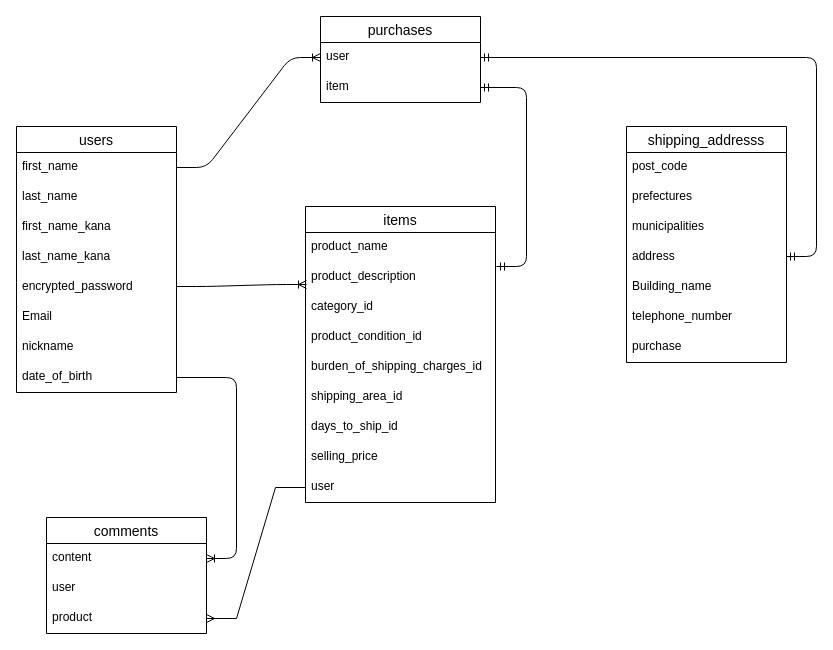
The draw.io diagram test.dio in pusann/furima-37365, before the edit. Source tidied: cells renumbered, new cells numbered last; positions are measured from the earlier drawing's top-left corner, leaving out a move shared by most shapes. Both pictures are drawn from the tidied source at 100%, with x=0, y=0 at pixel (16, 16).
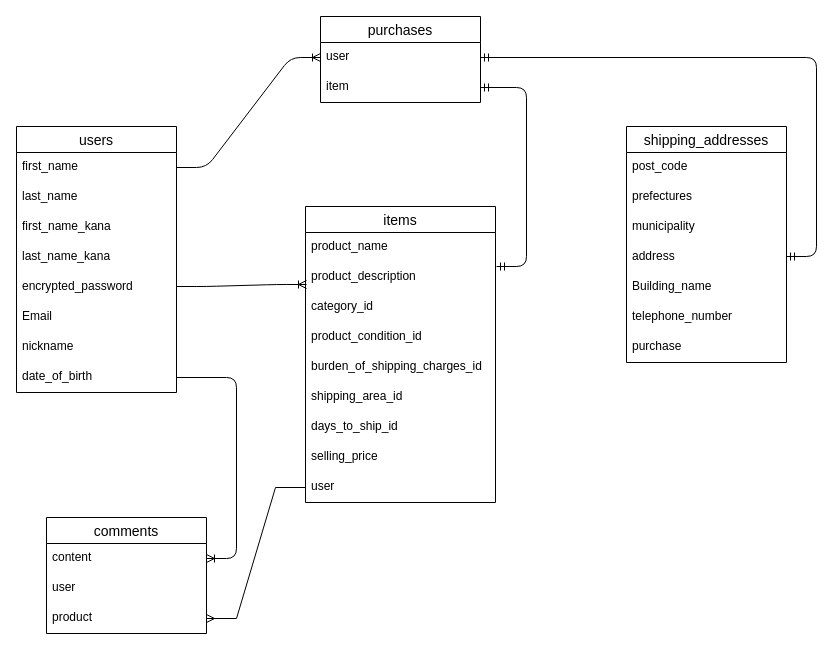
The same diagram, later.

The edit, as a diff of the source:
```diff
@@
-    <mxCell id="24" value="shipping_addresss" style="swimlane;fontStyle=0;horizontal=1;startSize=26;align=center;fontSize=14;rounded=0;" parent="1" vertex="1">
+    <mxCell id="24" value="shipping_addresses" style="swimlane;fontStyle=0;horizontal=1;startSize=26;align=center;fontSize=14;rounded=0;" parent="1" vertex="1">
       <mxGeometry x="610" y="110" width="160" height="236" as="geometry" />
     </mxCell>
@@
-    <mxCell id="27" value="municipalities" style="text;strokeColor=none;fillColor=none;spacingLeft=4;spacingRight=4;overflow=hidden;fontSize=12;" parent="24" vertex="1">
+    <mxCell id="27" value="municipality" style="text;strokeColor=none;fillColor=none;spacingLeft=4;spacingRight=4;overflow=hidden;fontSize=12;" parent="24" vertex="1">
       <mxGeometry y="86" width="160" height="30" as="geometry" />
     </mxCell>
```
